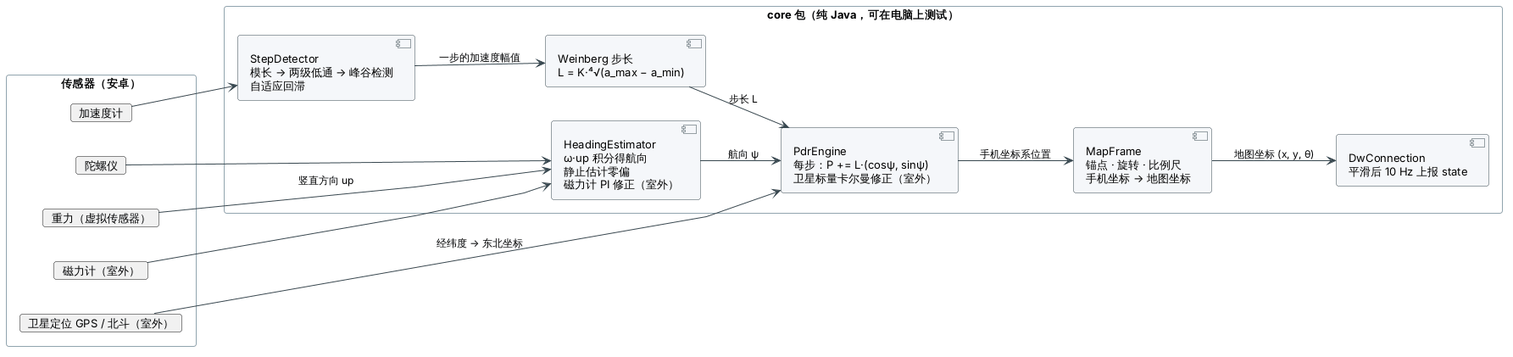
The PlantUML diagram docs/images/uml/pdr.png in fuzeliang1/ZongC, before a commit.
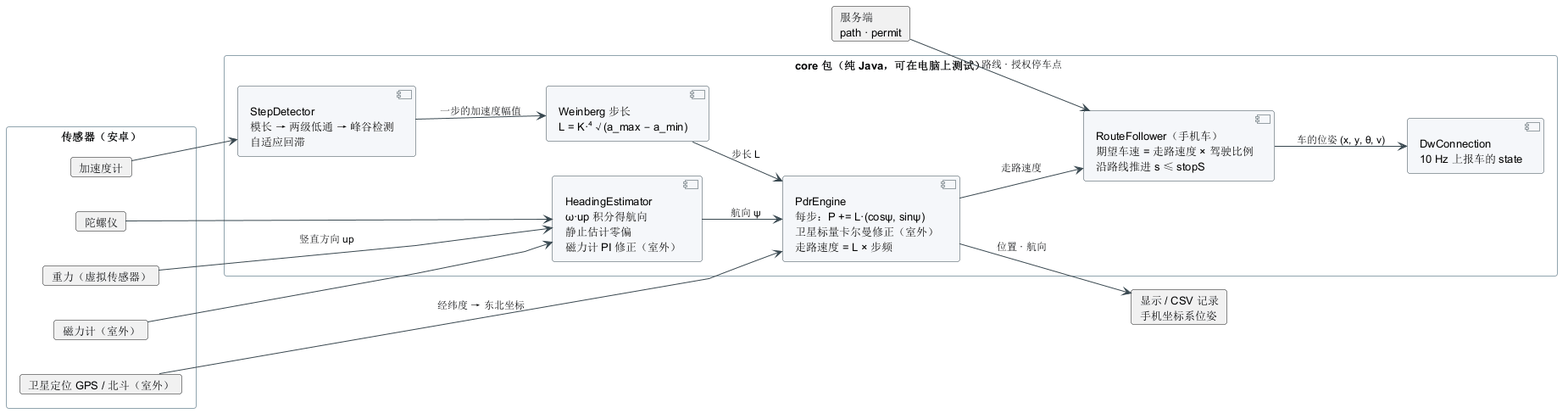
The same file after the commit.

Diff of the diagram source:
```diff
@@ -15,10 +15,13 @@
   component "StepDetector\n模长 → 两级低通 → 峰谷检测\n自适应回滞" as SD
   component "Weinberg 步长\nL = K·⁴√(a_max − a_min)" as SL
   component "HeadingEstimator\nω·up 积分得航向\n静止估计零偏\n磁力计 PI 修正（室外）" as HE
-  component "PdrEngine\n每步：P += L·(cosψ, sinψ)\n卫星标量卡尔曼修正（室外）" as PE
-  component "MapFrame\n锚点 · 旋转 · 比例尺\n手机坐标 → 地图坐标" as MF
-  component "DwConnection\n平滑后 10 Hz 上报 state" as DC
+  component "PdrEngine\n每步：P += L·(cosψ, sinψ)\n卫星标量卡尔曼修正（室外）\n走路速度 = L × 步频" as PE
+  component "RouteFollower（手机车）\n期望车速 = 走路速度 × 驾驶比例\n沿路线推进 s ≤ stopS" as RF
+  component "DwConnection\n10 Hz 上报车的 state" as DC
 }
+
+card "显示 / CSV 记录\n手机坐标系位姿" as LOG
+card "服务端\npath · permit" as SRV
 
 ACC --> SD
 SD --> SL : 一步的加速度幅值
@@ -28,6 +31,8 @@
 SL --> PE : 步长 L
 HE --> PE : 航向 ψ
 GNSS --> PE : 经纬度 → 东北坐标
-PE --> MF : 手机坐标系位置
-MF --> DC : 地图坐标 (x, y, θ)
+PE --> LOG : 位置 · 航向
+PE --> RF : 走路速度
+SRV --> RF : 路线 · 授权停车点
+RF --> DC : 车的位姿 (x, y, θ, v)
 @enduml
```
